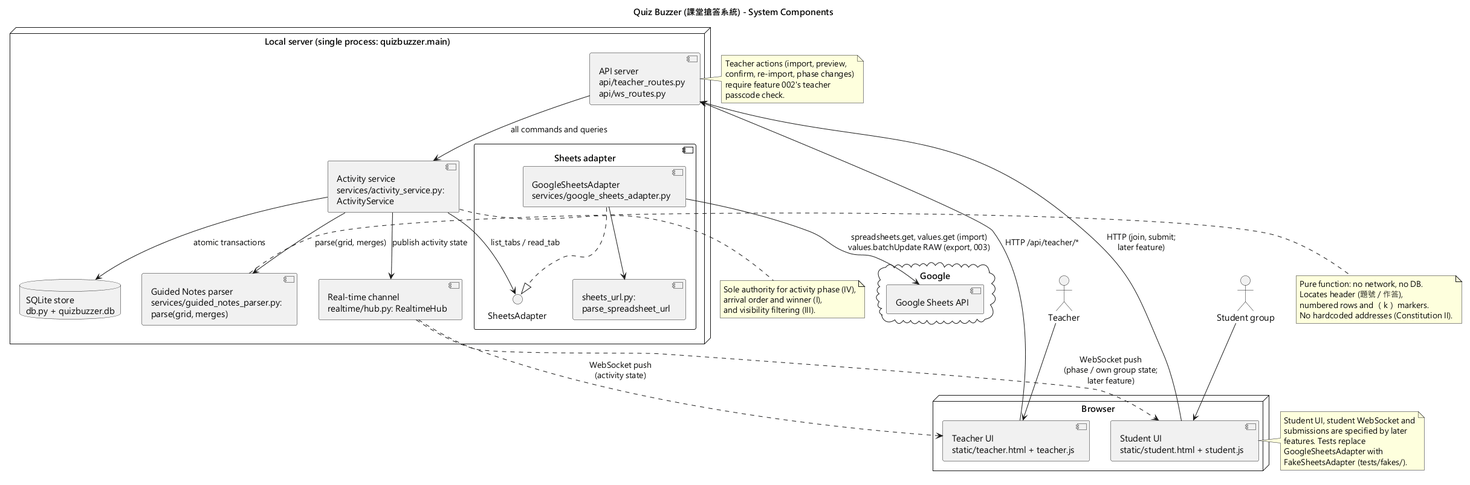
Before: diagrams/system-component.png, a diagram exported from PlantUML (WasabiSaikou/quiz-buzzer). Its diagram source:
```plantuml
@startuml system-component
title Quiz Buzzer (課堂搶答系統) - System Components

skinparam componentStyle uml2
skinparam shadowing false
skinparam defaultFontName "Microsoft JhengHei"

actor Teacher
actor "Student group" as Student

node "Browser" {
  [Teacher UI\nstatic/teacher.html + teacher.js] as TUI
  [Student UI\nstatic/student.html + student.js] as SUI
}

node "Local server (single process: quizbuzzer.main)" {
  [API server\napi/teacher_routes.py\napi/ws_routes.py] as API
  [Real-time channel\nrealtime/hub.py: RealtimeHub] as RT
  [Activity service\nservices/activity_service.py:\nActivityService] as ACT
  [Guided Notes parser\nservices/guided_notes_parser.py:\nparse(grid, merges)] as PARSER
  component "Sheets adapter" as SA {
    interface "SheetsAdapter" as SAI
    [GoogleSheetsAdapter\nservices/google_sheets_adapter.py] as GSAD
    [sheets_url.py:\nparse_spreadsheet_url] as URL
  }
  database "SQLite store\ndb.py + quizbuzzer.db" as DB
}

cloud "Google" {
  [Google Sheets API] as GSA
}

Teacher --> TUI
Student --> SUI

TUI --> API : HTTP /api/teacher/*
SUI --> API : HTTP (join, submit;\nlater feature)
RT ..> TUI : WebSocket push\n(activity state)
RT ..> SUI : WebSocket push\n(phase / own group state;\nlater feature)

API --> ACT : all commands and queries
ACT --> SAI : list_tabs / read_tab
ACT --> PARSER : parse(grid, merges)
ACT --> DB : atomic transactions
ACT --> RT : publish activity state
GSAD ..|> SAI
GSAD --> URL
GSAD --> GSA : spreadsheets.get, values.get (import)\nvalues.batchUpdate RAW (export, 003)

note right of PARSER
  Pure function: no network, no DB.
  Locates header (題號 / 作答),
  numbered rows and （k） markers.
  No hardcoded addresses (Constitution II).
end note

note bottom of ACT
  Sole authority for activity phase (IV),
  arrival order and winner (I),
  and visibility filtering (III).
end note

note right of SUI
  Student UI, student WebSocket and
  submissions are specified by later
  features. Tests replace
  GoogleSheetsAdapter with
  FakeSheetsAdapter (tests/fakes/).
end note

note left of API
  Teacher actions (import, preview,
  confirm, re-import, phase changes)
  require feature 002's teacher
  passcode check.
end note
@enduml
```
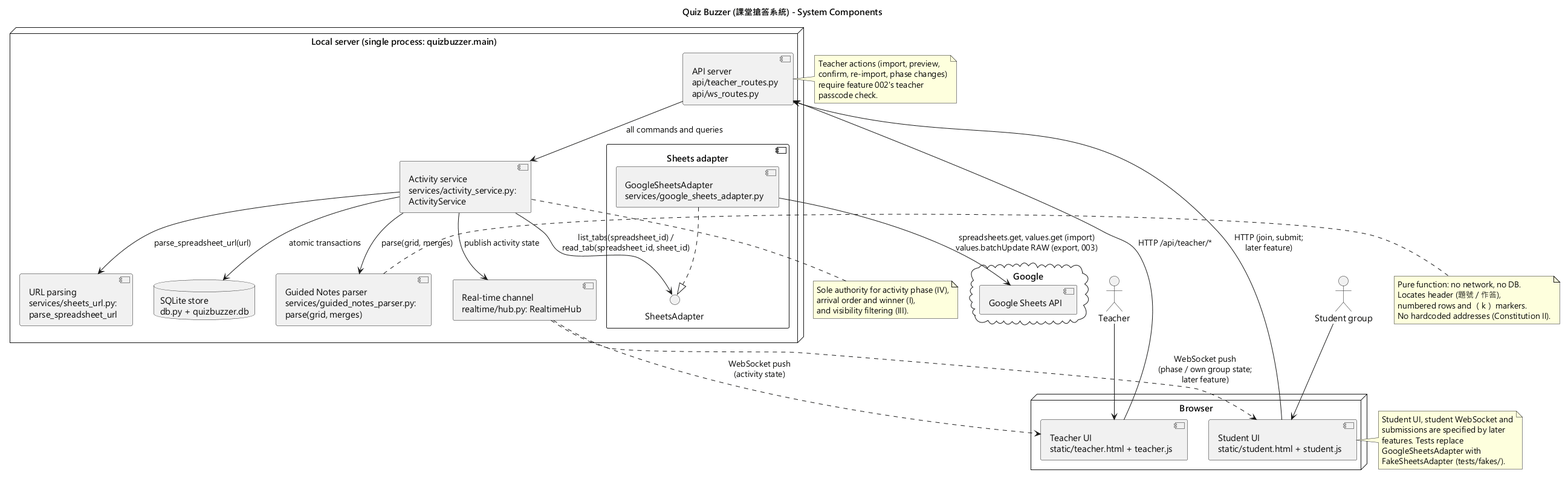
Above is the later version.

Change to the diagram source:
```diff
@@ -21,8 +21,8 @@
   component "Sheets adapter" as SA {
     interface "SheetsAdapter" as SAI
     [GoogleSheetsAdapter\nservices/google_sheets_adapter.py] as GSAD
-    [sheets_url.py:\nparse_spreadsheet_url] as URL
   }
+  [URL parsing\nservices/sheets_url.py:\nparse_spreadsheet_url] as URL
   database "SQLite store\ndb.py + quizbuzzer.db" as DB
 }
 
@@ -39,12 +39,12 @@
 RT ..> SUI : WebSocket push\n(phase / own group state;\nlater feature)
 
 API --> ACT : all commands and queries
-ACT --> SAI : list_tabs / read_tab
+ACT --> SAI : list_tabs(spreadsheet_id) /\nread_tab(spreadsheet_id, sheet_id)
 ACT --> PARSER : parse(grid, merges)
 ACT --> DB : atomic transactions
 ACT --> RT : publish activity state
 GSAD ..|> SAI
-GSAD --> URL
+ACT --> URL : parse_spreadsheet_url(url)
 GSAD --> GSA : spreadsheets.get, values.get (import)\nvalues.batchUpdate RAW (export, 003)
 
 note right of PARSER
```
